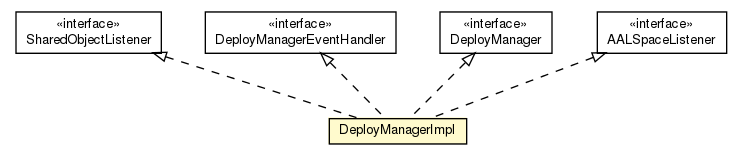
Earlier version of the Graphviz export mw.pom/apidocs/org/universAAL/middleware/managers/deploy/DeployManagerImpl.png (universAAL/middleware). Its source is kept beside it as mw.pom/apidocs/org/universAAL/middleware/managers/deploy/DeployManagerImpl.dot. Its diagram source:
```dot

digraph G {
	edge [fontname="Helvetica",fontsize=10,labelfontname="Helvetica",labelfontsize=10];
	node [fontname="Helvetica",fontsize=10,shape=plaintext];
	nodesep=0.25;
	ranksep=0.5;
	c202027 [label=<<table title="org.universAAL.middleware.container.SharedObjectListener" border="0" cellborder="1" cellspacing="0" cellpadding="2" port="p" href="../../container/SharedObjectListener.html">
		<tr><td><table border="0" cellspacing="0" cellpadding="1">
<tr><td align="center" balign="center"> &#171;interface&#187; </td></tr>
<tr><td align="center" balign="center"> SharedObjectListener </td></tr>
		</table></td></tr>
		</table>>, URL="../../container/SharedObjectListener.html", fontname="Helvetica", fontcolor="black", fontsize=10.0];
	c202332 [label=<<table title="org.universAAL.middleware.managers.api.DeployManagerEventHandler" border="0" cellborder="1" cellspacing="0" cellpadding="2" port="p" href="../api/DeployManagerEventHandler.html">
		<tr><td><table border="0" cellspacing="0" cellpadding="1">
<tr><td align="center" balign="center"> &#171;interface&#187; </td></tr>
<tr><td align="center" balign="center"> DeployManagerEventHandler </td></tr>
		</table></td></tr>
		</table>>, URL="../api/DeployManagerEventHandler.html", fontname="Helvetica", fontcolor="black", fontsize=10.0];
	c202336 [label=<<table title="org.universAAL.middleware.managers.api.DeployManager" border="0" cellborder="1" cellspacing="0" cellpadding="2" port="p" href="../api/DeployManager.html">
		<tr><td><table border="0" cellspacing="0" cellpadding="1">
<tr><td align="center" balign="center"> &#171;interface&#187; </td></tr>
<tr><td align="center" balign="center"> DeployManager </td></tr>
		</table></td></tr>
		</table>>, URL="../api/DeployManager.html", fontname="Helvetica", fontcolor="black", fontsize=10.0];
	c202341 [label=<<table title="org.universAAL.middleware.managers.api.AALSpaceListener" border="0" cellborder="1" cellspacing="0" cellpadding="2" port="p" href="../api/AALSpaceListener.html">
		<tr><td><table border="0" cellspacing="0" cellpadding="1">
<tr><td align="center" balign="center"> &#171;interface&#187; </td></tr>
<tr><td align="center" balign="center"> AALSpaceListener </td></tr>
		</table></td></tr>
		</table>>, URL="../api/AALSpaceListener.html", fontname="Helvetica", fontcolor="black", fontsize=10.0];
	c202362 [label=<<table title="org.universAAL.middleware.managers.deploy.DeployManagerImpl" border="0" cellborder="1" cellspacing="0" cellpadding="2" port="p" bgcolor="lemonChiffon" href="./DeployManagerImpl.html">
		<tr><td><table border="0" cellspacing="0" cellpadding="1">
<tr><td align="center" balign="center"> DeployManagerImpl </td></tr>
		</table></td></tr>
		</table>>, URL="./DeployManagerImpl.html", fontname="Helvetica", fontcolor="black", fontsize=10.0];
	c202336:p -> c202362:p [dir=back,arrowtail=empty,style=dashed];
	c202332:p -> c202362:p [dir=back,arrowtail=empty,style=dashed];
	c202027:p -> c202362:p [dir=back,arrowtail=empty,style=dashed];
	c202341:p -> c202362:p [dir=back,arrowtail=empty,style=dashed];
}
```
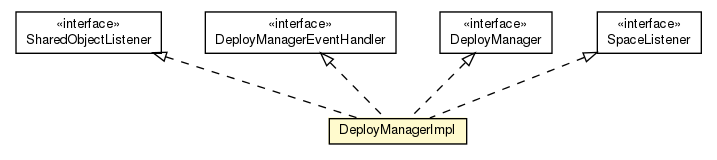
After the change.

The edit, as a diff of the source:
```diff
@@ -4,37 +4,37 @@
 	node [fontname="Helvetica",fontsize=10,shape=plaintext];
 	nodesep=0.25;
 	ranksep=0.5;
-	c202027 [label=<<table title="org.universAAL.middleware.container.SharedObjectListener" border="0" cellborder="1" cellspacing="0" cellpadding="2" port="p" href="../../container/SharedObjectListener.html">
+	c161317 [label=<<table title="org.universAAL.middleware.container.SharedObjectListener" border="0" cellborder="1" cellspacing="0" cellpadding="2" port="p" href="../../container/SharedObjectListener.html">
 		<tr><td><table border="0" cellspacing="0" cellpadding="1">
 <tr><td align="center" balign="center"> &#171;interface&#187; </td></tr>
 <tr><td align="center" balign="center"> SharedObjectListener </td></tr>
 		</table></td></tr>
 		</table>>, URL="../../container/SharedObjectListener.html", fontname="Helvetica", fontcolor="black", fontsize=10.0];
-	c202332 [label=<<table title="org.universAAL.middleware.managers.api.DeployManagerEventHandler" border="0" cellborder="1" cellspacing="0" cellpadding="2" port="p" href="../api/DeployManagerEventHandler.html">
+	c161579 [label=<<table title="org.universAAL.middleware.managers.api.DeployManagerEventHandler" border="0" cellborder="1" cellspacing="0" cellpadding="2" port="p" href="../api/DeployManagerEventHandler.html">
 		<tr><td><table border="0" cellspacing="0" cellpadding="1">
 <tr><td align="center" balign="center"> &#171;interface&#187; </td></tr>
 <tr><td align="center" balign="center"> DeployManagerEventHandler </td></tr>
 		</table></td></tr>
 		</table>>, URL="../api/DeployManagerEventHandler.html", fontname="Helvetica", fontcolor="black", fontsize=10.0];
-	c202336 [label=<<table title="org.universAAL.middleware.managers.api.DeployManager" border="0" cellborder="1" cellspacing="0" cellpadding="2" port="p" href="../api/DeployManager.html">
+	c161583 [label=<<table title="org.universAAL.middleware.managers.api.DeployManager" border="0" cellborder="1" cellspacing="0" cellpadding="2" port="p" href="../api/DeployManager.html">
 		<tr><td><table border="0" cellspacing="0" cellpadding="1">
 <tr><td align="center" balign="center"> &#171;interface&#187; </td></tr>
 <tr><td align="center" balign="center"> DeployManager </td></tr>
 		</table></td></tr>
 		</table>>, URL="../api/DeployManager.html", fontname="Helvetica", fontcolor="black", fontsize=10.0];
-	c202341 [label=<<table title="org.universAAL.middleware.managers.api.AALSpaceListener" border="0" cellborder="1" cellspacing="0" cellpadding="2" port="p" href="../api/AALSpaceListener.html">
+	c161590 [label=<<table title="org.universAAL.middleware.managers.api.SpaceListener" border="0" cellborder="1" cellspacing="0" cellpadding="2" port="p" href="../api/SpaceListener.html">
 		<tr><td><table border="0" cellspacing="0" cellpadding="1">
 <tr><td align="center" balign="center"> &#171;interface&#187; </td></tr>
-<tr><td align="center" balign="center"> AALSpaceListener </td></tr>
+<tr><td align="center" balign="center"> SpaceListener </td></tr>
 		</table></td></tr>
-		</table>>, URL="../api/AALSpaceListener.html", fontname="Helvetica", fontcolor="black", fontsize=10.0];
-	c202362 [label=<<table title="org.universAAL.middleware.managers.deploy.DeployManagerImpl" border="0" cellborder="1" cellspacing="0" cellpadding="2" port="p" bgcolor="lemonChiffon" href="./DeployManagerImpl.html">
+		</table>>, URL="../api/SpaceListener.html", fontname="Helvetica", fontcolor="black", fontsize=10.0];
+	c161607 [label=<<table title="org.universAAL.middleware.managers.deploy.DeployManagerImpl" border="0" cellborder="1" cellspacing="0" cellpadding="2" port="p" bgcolor="lemonChiffon" href="./DeployManagerImpl.html">
 		<tr><td><table border="0" cellspacing="0" cellpadding="1">
 <tr><td align="center" balign="center"> DeployManagerImpl </td></tr>
 		</table></td></tr>
 		</table>>, URL="./DeployManagerImpl.html", fontname="Helvetica", fontcolor="black", fontsize=10.0];
-	c202336:p -> c202362:p [dir=back,arrowtail=empty,style=dashed];
-	c202332:p -> c202362:p [dir=back,arrowtail=empty,style=dashed];
-	c202027:p -> c202362:p [dir=back,arrowtail=empty,style=dashed];
-	c202341:p -> c202362:p [dir=back,arrowtail=empty,style=dashed];
+	c161583:p -> c161607:p [dir=back,arrowtail=empty,style=dashed];
+	c161579:p -> c161607:p [dir=back,arrowtail=empty,style=dashed];
+	c161317:p -> c161607:p [dir=back,arrowtail=empty,style=dashed];
+	c161590:p -> c161607:p [dir=back,arrowtail=empty,style=dashed];
 }
```
